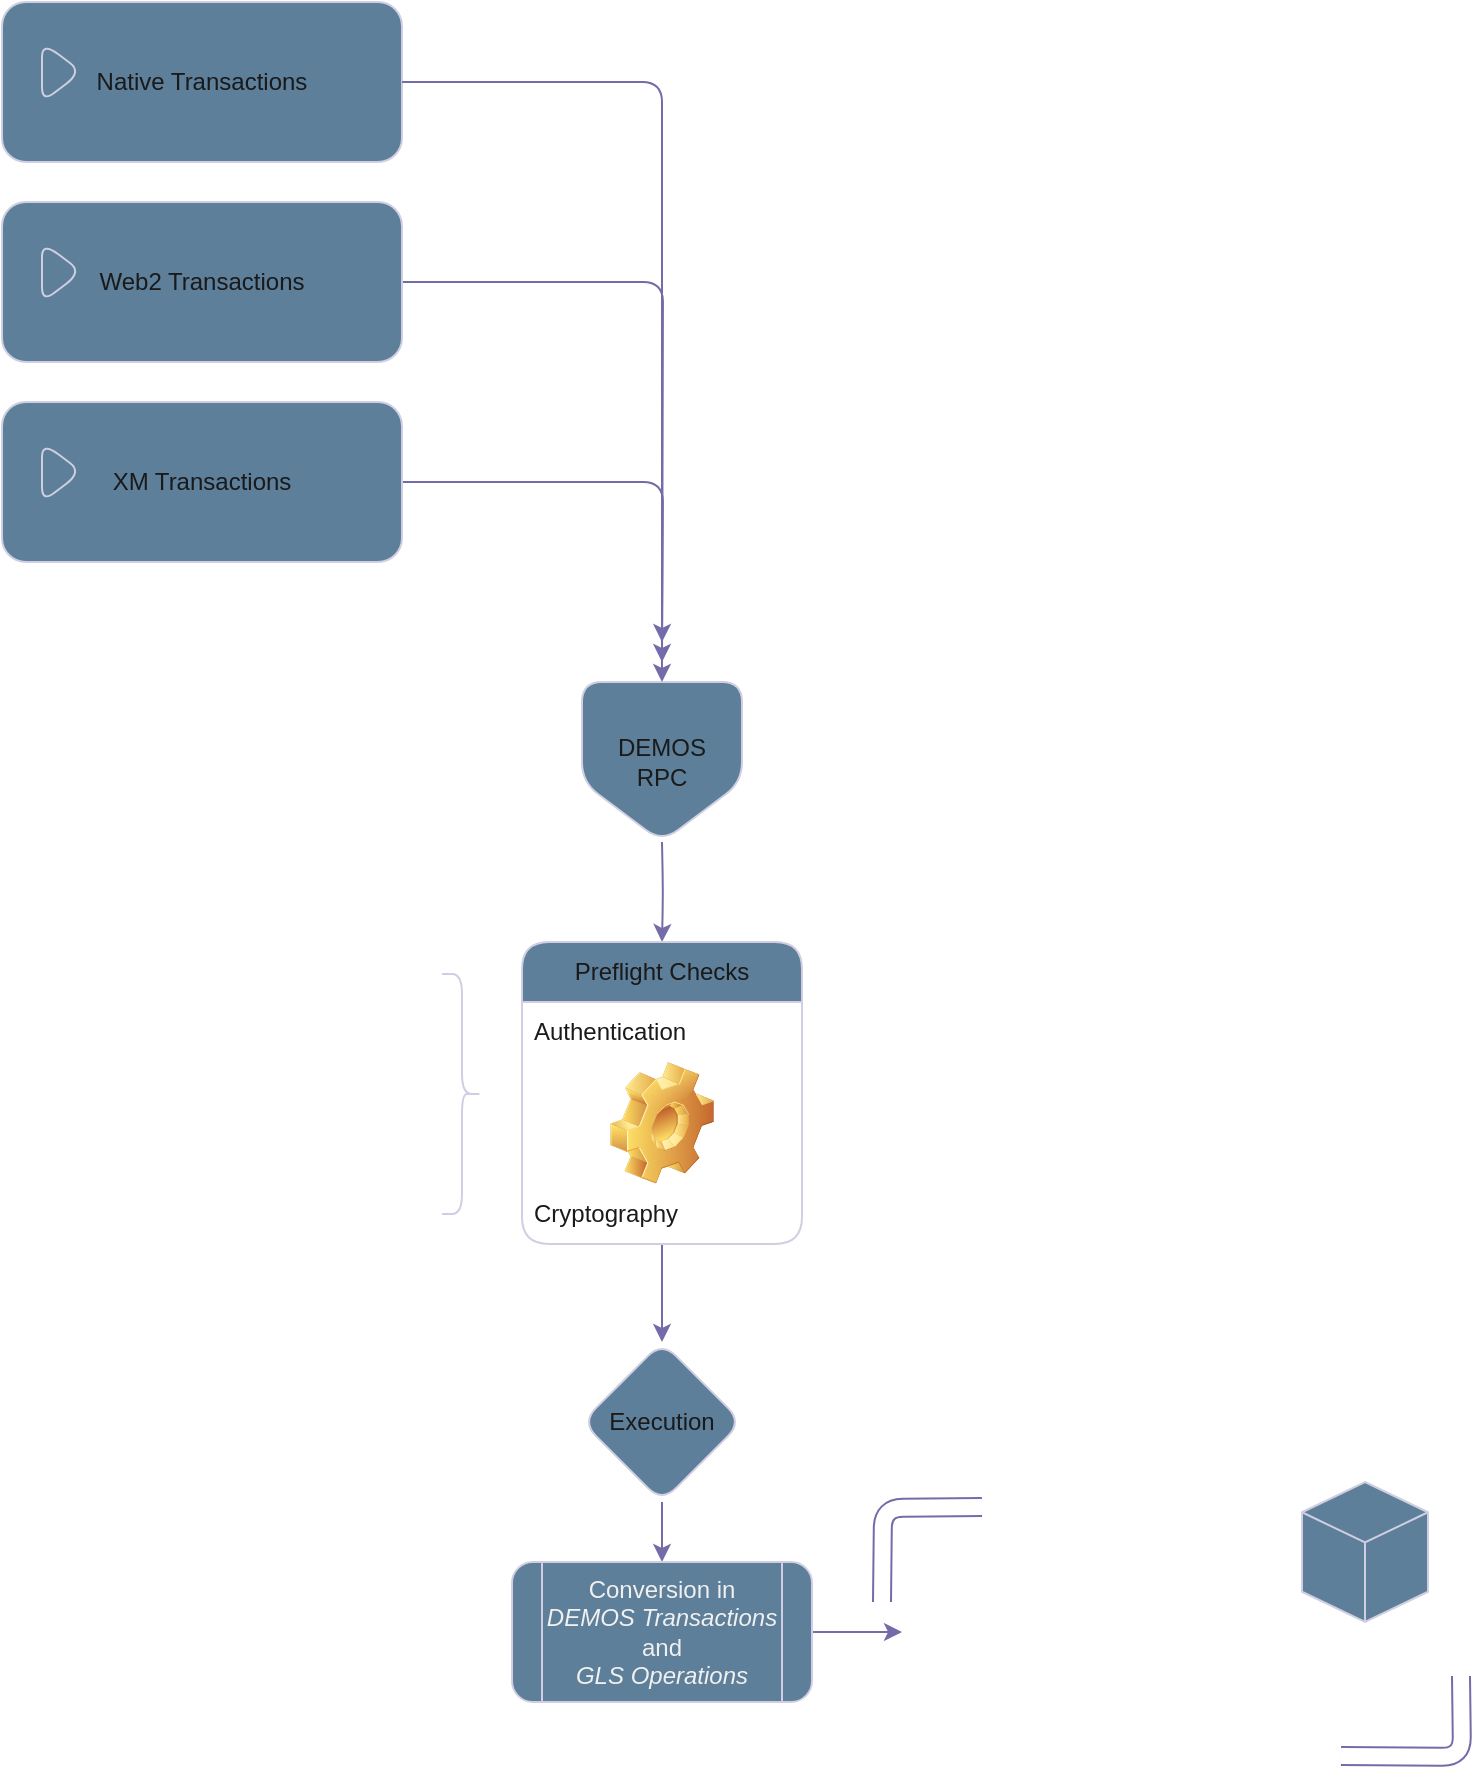
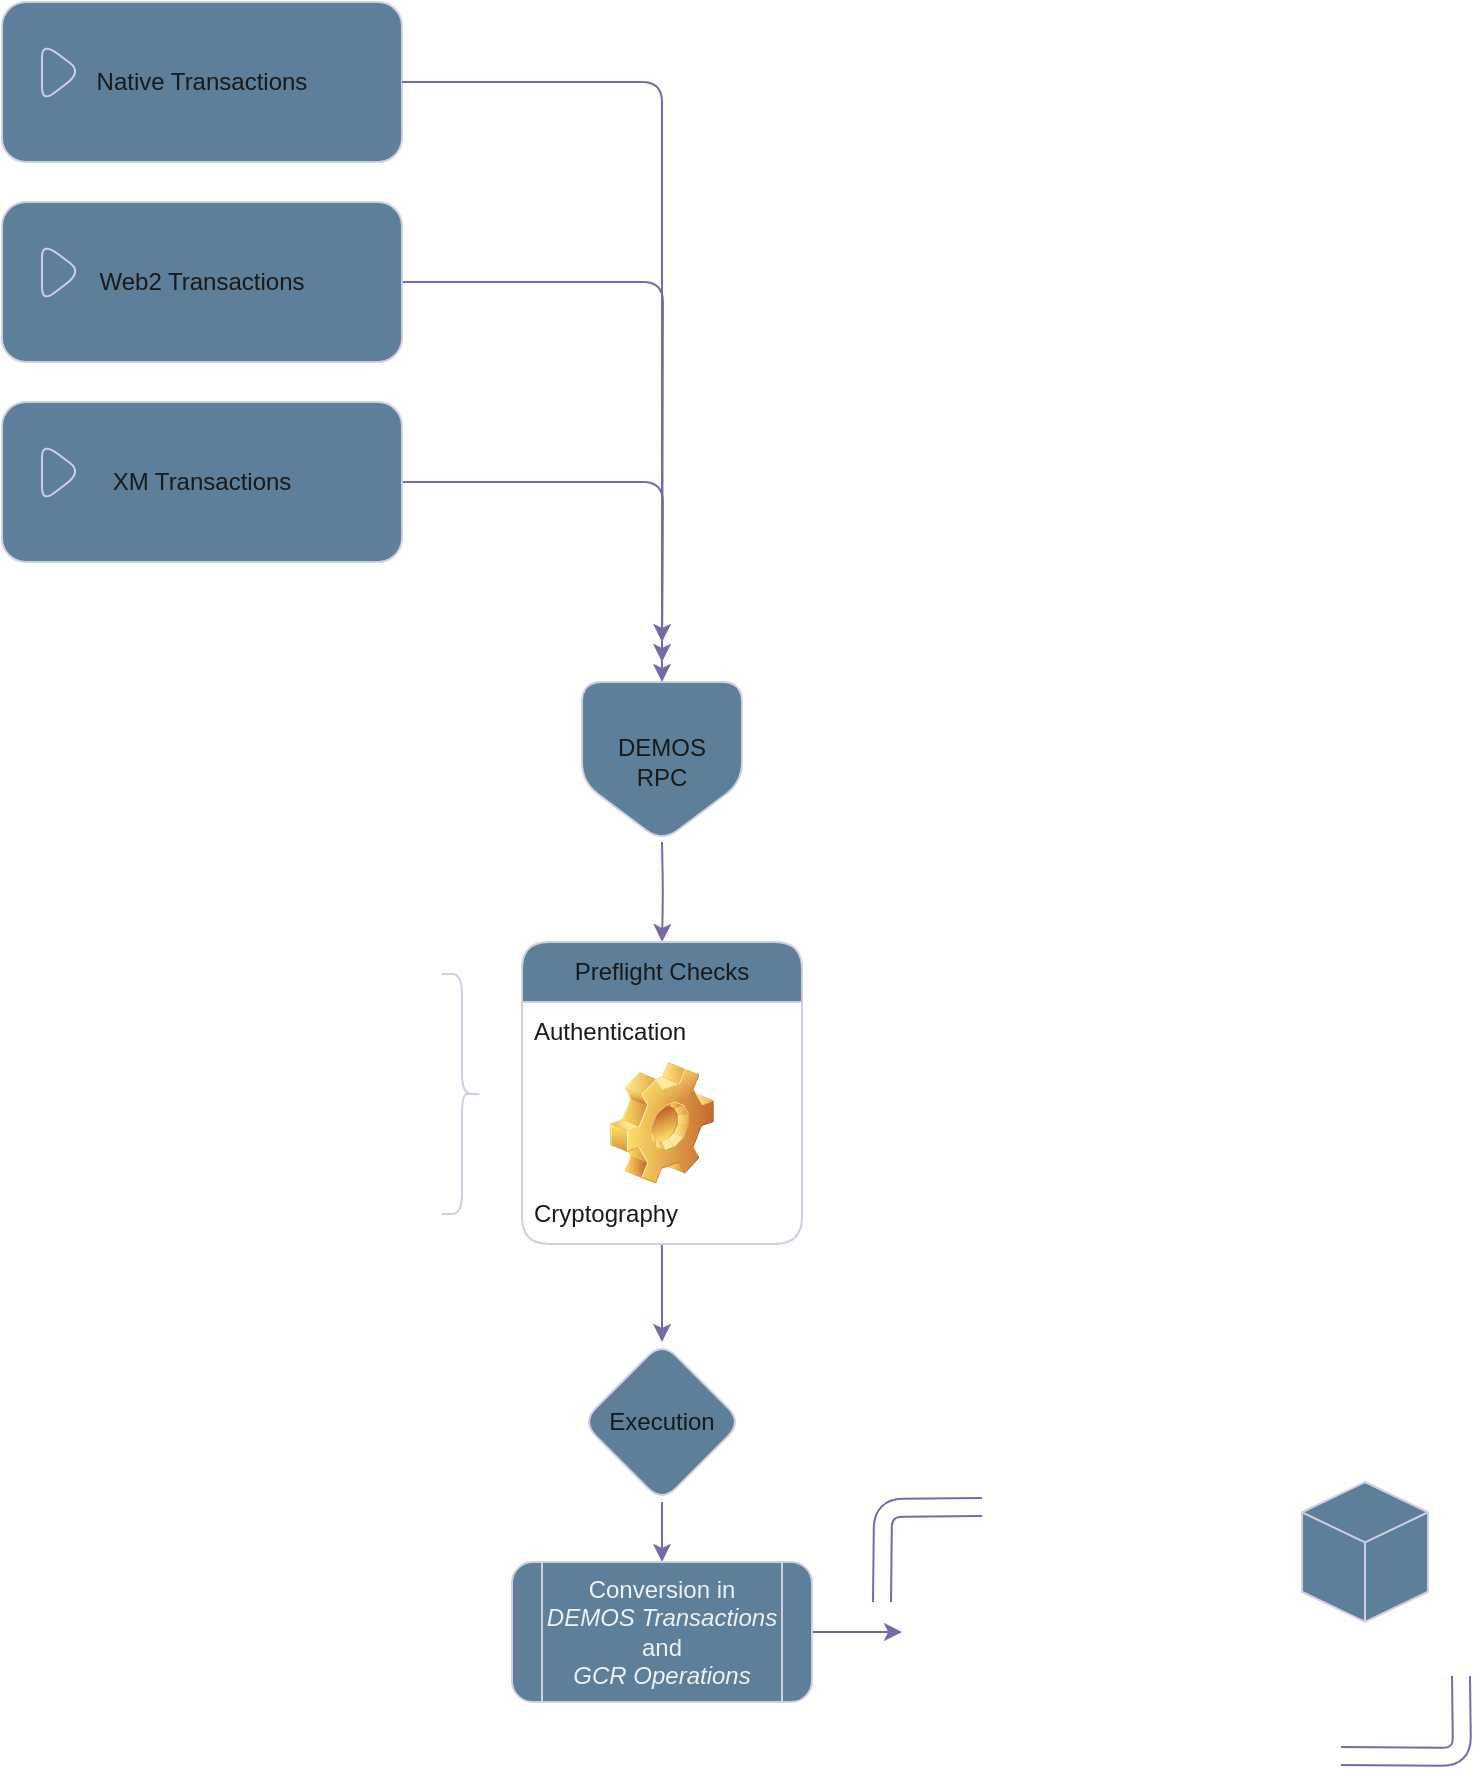
<mxfile host="Electron" modified="2023-10-12T13:10:02.095Z" agent="Mozilla/5.0 (Macintosh; Intel Mac OS X 10_15_7) AppleWebKit/537.36 (KHTML, like Gecko) draw.io/22.0.2 Chrome/114.0.5735.289 Electron/25.8.4 Safari/537.36" etag="IVZq0NKqjVos5rW4mqj5" version="22.0.2" type="device">
  <diagram name="Pagina-1" id="05tLwJ0zKxi9fyORrU2O">
    <mxGraphModel dx="1024" dy="821" grid="1" gridSize="10" guides="1" tooltips="1" connect="1" arrows="1" fold="1" page="1" pageScale="1" pageWidth="827" pageHeight="1169" math="0" shadow="0">
      <root>
        <mxCell id="0" />
        <mxCell id="1" parent="0" />
        <mxCell id="6HWLhcHbJOF-sDKCDhJw-9" style="edgeStyle=orthogonalEdgeStyle;rounded=1;orthogonalLoop=1;jettySize=auto;html=1;labelBackgroundColor=none;strokeColor=#736CA8;fontColor=default;" parent="1" target="6HWLhcHbJOF-sDKCDhJw-14" edge="1">
          <mxGeometry relative="1" as="geometry">
            <mxPoint x="410" y="500" as="targetPoint" />
            <mxPoint x="410" y="460" as="sourcePoint" />
          </mxGeometry>
        </mxCell>
        <mxCell id="6HWLhcHbJOF-sDKCDhJw-11" style="edgeStyle=orthogonalEdgeStyle;rounded=1;orthogonalLoop=1;jettySize=auto;html=1;entryX=0.5;entryY=0;entryDx=0;entryDy=0;labelBackgroundColor=none;strokeColor=#736CA8;fontColor=default;" parent="1" source="6HWLhcHbJOF-sDKCDhJw-14" target="6HWLhcHbJOF-sDKCDhJw-10" edge="1">
          <mxGeometry relative="1" as="geometry">
            <mxPoint x="410" y="640" as="sourcePoint" />
          </mxGeometry>
        </mxCell>
        <mxCell id="6HWLhcHbJOF-sDKCDhJw-19" style="edgeStyle=orthogonalEdgeStyle;rounded=1;orthogonalLoop=1;jettySize=auto;html=1;entryX=0.5;entryY=0;entryDx=0;entryDy=0;labelBackgroundColor=none;strokeColor=#736CA8;fontColor=default;" parent="1" source="6HWLhcHbJOF-sDKCDhJw-10" target="6HWLhcHbJOF-sDKCDhJw-18" edge="1">
          <mxGeometry relative="1" as="geometry" />
        </mxCell>
        <mxCell id="6HWLhcHbJOF-sDKCDhJw-10" value="Execution" style="rhombus;whiteSpace=wrap;html=1;rounded=1;labelBackgroundColor=none;fillColor=#5D7F99;strokeColor=#D0CEE2;fontColor=#1A1A1A;" parent="1" vertex="1">
          <mxGeometry x="370" y="710" width="80" height="80" as="geometry" />
        </mxCell>
        <mxCell id="6HWLhcHbJOF-sDKCDhJw-14" value="Preflight Checks" style="swimlane;fontStyle=0;childLayout=stackLayout;horizontal=1;startSize=30;horizontalStack=0;resizeParent=1;resizeParentMax=0;resizeLast=0;collapsible=1;marginBottom=0;whiteSpace=wrap;html=1;rounded=1;labelBackgroundColor=none;fillColor=#5D7F99;strokeColor=#D0CEE2;fontColor=#1A1A1A;" parent="1" vertex="1">
          <mxGeometry x="340" y="510" width="140" height="151" as="geometry" />
        </mxCell>
        <mxCell id="6HWLhcHbJOF-sDKCDhJw-17" value="Authentication" style="text;strokeColor=none;fillColor=none;align=left;verticalAlign=middle;spacingLeft=4;spacingRight=4;overflow=hidden;points=[[0,0.5],[1,0.5]];portConstraint=eastwest;rotatable=0;whiteSpace=wrap;html=1;rounded=1;labelBackgroundColor=none;fontColor=#1A1A1A;" parent="6HWLhcHbJOF-sDKCDhJw-14" vertex="1">
          <mxGeometry y="30" width="140" height="30" as="geometry" />
        </mxCell>
        <mxCell id="gvXnsFCxEH8p2mY46s7V-1" value="" style="shape=image;html=1;verticalLabelPosition=bottom;verticalAlign=top;imageAspect=1;aspect=fixed;image=img/clipart/Gear_128x128.png;strokeColor=#D0CEE2;fontColor=#1A1A1A;fillColor=#5D7F99;rounded=1;" vertex="1" parent="6HWLhcHbJOF-sDKCDhJw-14">
          <mxGeometry y="60" width="140" height="61" as="geometry" />
        </mxCell>
        <mxCell id="6HWLhcHbJOF-sDKCDhJw-15" value="Cryptography" style="text;strokeColor=none;fillColor=none;align=left;verticalAlign=middle;spacingLeft=4;spacingRight=4;overflow=hidden;points=[[0,0.5],[1,0.5]];portConstraint=eastwest;rotatable=0;whiteSpace=wrap;html=1;rounded=1;labelBackgroundColor=none;fontColor=#1A1A1A;" parent="6HWLhcHbJOF-sDKCDhJw-14" vertex="1">
          <mxGeometry y="121" width="140" height="30" as="geometry" />
        </mxCell>
        <mxCell id="gvXnsFCxEH8p2mY46s7V-7" style="edgeStyle=orthogonalEdgeStyle;rounded=1;orthogonalLoop=1;jettySize=auto;html=1;entryX=0;entryY=0.5;entryDx=0;entryDy=0;strokeColor=#736CA8;fontColor=#1A1A1A;" edge="1" parent="1" source="6HWLhcHbJOF-sDKCDhJw-18" target="gvXnsFCxEH8p2mY46s7V-3">
          <mxGeometry relative="1" as="geometry" />
        </mxCell>
-         <mxCell id="6HWLhcHbJOF-sDKCDhJw-18" value="&lt;span style=&quot;color: rgb(240, 240, 240); font-family: Helvetica; font-size: 12px; font-style: normal; font-variant-ligatures: normal; font-variant-caps: normal; font-weight: 400; letter-spacing: normal; orphans: 2; text-align: center; text-indent: 0px; text-transform: none; widows: 2; word-spacing: 0px; -webkit-text-stroke-width: 0px; text-decoration-thickness: initial; text-decoration-style: initial; text-decoration-color: initial; float: none; display: inline !important;&quot;&gt;Conversion in &lt;/span&gt;&lt;span style=&quot;color: rgb(240, 240, 240); font-family: Helvetica; font-size: 12px; font-variant-ligatures: normal; font-variant-caps: normal; font-weight: 400; letter-spacing: normal; orphans: 2; text-align: center; text-indent: 0px; text-transform: none; widows: 2; word-spacing: 0px; -webkit-text-stroke-width: 0px; text-decoration-thickness: initial; text-decoration-style: initial; text-decoration-color: initial; float: none; display: inline !important;&quot;&gt;&lt;i&gt;DEMOS Transactions &lt;/i&gt;&lt;br&gt;and&lt;br&gt;&lt;i&gt;GLS Operations&lt;/i&gt;&lt;/span&gt;" style="shape=process;whiteSpace=wrap;html=1;backgroundOutline=1;rounded=1;labelBackgroundColor=none;fillColor=#5D7F99;strokeColor=#D0CEE2;fontColor=#1A1A1A;" parent="1" vertex="1">
+         <mxCell id="6HWLhcHbJOF-sDKCDhJw-18" value="&lt;span style=&quot;color: rgb(240, 240, 240); font-family: Helvetica; font-size: 12px; font-style: normal; font-variant-ligatures: normal; font-variant-caps: normal; font-weight: 400; letter-spacing: normal; orphans: 2; text-align: center; text-indent: 0px; text-transform: none; widows: 2; word-spacing: 0px; -webkit-text-stroke-width: 0px; text-decoration-thickness: initial; text-decoration-style: initial; text-decoration-color: initial; float: none; display: inline !important;&quot;&gt;Conversion in &lt;/span&gt;&lt;span style=&quot;color: rgb(240, 240, 240); font-family: Helvetica; font-size: 12px; font-variant-ligatures: normal; font-variant-caps: normal; font-weight: 400; letter-spacing: normal; orphans: 2; text-align: center; text-indent: 0px; text-transform: none; widows: 2; word-spacing: 0px; -webkit-text-stroke-width: 0px; text-decoration-thickness: initial; text-decoration-style: initial; text-decoration-color: initial; float: none; display: inline !important;&quot;&gt;&lt;i&gt;DEMOS Transactions &lt;/i&gt;&lt;br&gt;and&lt;br&gt;&lt;i&gt;GCR Operations&lt;/i&gt;&lt;/span&gt;" style="shape=process;whiteSpace=wrap;html=1;backgroundOutline=1;rounded=1;labelBackgroundColor=none;fillColor=#5D7F99;strokeColor=#D0CEE2;fontColor=#1A1A1A;" parent="1" vertex="1">
          <mxGeometry x="335" y="820" width="150" height="70" as="geometry" />
        </mxCell>
-         <mxCell id="gvXnsFCxEH8p2mY46s7V-3" value="&lt;h1&gt;&lt;font color=&quot;#ffffff&quot;&gt;GLS &amp;amp; Mempool&lt;/font&gt;&lt;/h1&gt;&lt;p&gt;&lt;font color=&quot;#ffffff&quot;&gt;&lt;br style=&quot;text-align: center;&quot;&gt;Now that the operations are&amp;nbsp;&lt;span style=&quot;text-align: center;&quot;&gt;all encoded the same, we&amp;nbsp;&lt;/span&gt;&lt;span style=&quot;text-align: center;&quot;&gt;can use the very same method&amp;nbsp;&lt;/span&gt;&lt;span style=&quot;text-align: center;&quot;&gt;that we use for any DEMOS&amp;nbsp;&amp;nbsp;&lt;/span&gt;&lt;span style=&quot;text-align: center;&quot;&gt;transaction to record the&amp;nbsp;&lt;/span&gt;&lt;span style=&quot;text-align: center;&quot;&gt;operation on chain.&lt;/span&gt;&lt;/font&gt;&lt;br&gt;&lt;/p&gt;" style="text;html=1;fillColor=none;spacing=5;spacingTop=-20;whiteSpace=wrap;overflow=hidden;rounded=1;" vertex="1" parent="1">
+         <mxCell id="gvXnsFCxEH8p2mY46s7V-3" value="&lt;h1&gt;&lt;font color=&quot;#ffffff&quot;&gt;GCR &amp;amp; Mempool&lt;/font&gt;&lt;/h1&gt;&lt;p&gt;&lt;font color=&quot;#ffffff&quot;&gt;&lt;br style=&quot;text-align: center;&quot;&gt;Now that the operations are&amp;nbsp;&lt;span style=&quot;text-align: center;&quot;&gt;all encoded the same, we&amp;nbsp;&lt;/span&gt;&lt;span style=&quot;text-align: center;&quot;&gt;can use the very same method&amp;nbsp;&lt;/span&gt;&lt;span style=&quot;text-align: center;&quot;&gt;that we use for any DEMOS&amp;nbsp;&amp;nbsp;&lt;/span&gt;&lt;span style=&quot;text-align: center;&quot;&gt;transaction to record the&amp;nbsp;&lt;/span&gt;&lt;span style=&quot;text-align: center;&quot;&gt;operation on chain.&lt;/span&gt;&lt;/font&gt;&lt;br&gt;&lt;/p&gt;" style="text;html=1;fillColor=none;spacing=5;spacingTop=-20;whiteSpace=wrap;overflow=hidden;rounded=1;" vertex="1" parent="1">
          <mxGeometry x="530" y="792.5" width="280" height="125" as="geometry" />
        </mxCell>
        <mxCell id="gvXnsFCxEH8p2mY46s7V-4" value="" style="html=1;whiteSpace=wrap;shape=isoCube2;backgroundOutline=1;isoAngle=15;strokeColor=#D0CEE2;fontColor=#1A1A1A;fillColor=#5D7F99;rounded=1;" vertex="1" parent="1">
          <mxGeometry x="730" y="780" width="63" height="70" as="geometry" />
        </mxCell>
        <mxCell id="gvXnsFCxEH8p2mY46s7V-5" value="" style="shape=filledEdge;curved=0;rounded=1;fixDash=1;endArrow=none;strokeWidth=10;fillColor=#ffffff;edgeStyle=orthogonalEdgeStyle;html=1;strokeColor=#736CA8;fontColor=#1A1A1A;" edge="1" parent="1">
          <mxGeometry width="60" height="40" relative="1" as="geometry">
            <mxPoint x="749.5" y="917" as="sourcePoint" />
            <mxPoint x="809.5" y="877" as="targetPoint" />
          </mxGeometry>
        </mxCell>
        <mxCell id="gvXnsFCxEH8p2mY46s7V-6" value="" style="shape=filledEdge;curved=0;rounded=1;fixDash=1;endArrow=none;strokeWidth=10;fillColor=#ffffff;edgeStyle=orthogonalEdgeStyle;html=1;strokeColor=#736CA8;fontColor=#1A1A1A;" edge="1" parent="1">
          <mxGeometry width="60" height="40" relative="1" as="geometry">
            <mxPoint x="570" y="792.5" as="sourcePoint" />
            <mxPoint x="520" y="840" as="targetPoint" />
          </mxGeometry>
        </mxCell>
        <mxCell id="gvXnsFCxEH8p2mY46s7V-16" value="" style="group" vertex="1" connectable="0" parent="1">
          <mxGeometry x="80" y="40" width="200" height="280" as="geometry" />
        </mxCell>
        <mxCell id="gvXnsFCxEH8p2mY46s7V-8" value="Native Transactions" style="html=1;whiteSpace=wrap;container=1;recursiveResize=0;collapsible=0;strokeColor=#D0CEE2;fontColor=#1A1A1A;fillColor=#5D7F99;rounded=1;" vertex="1" parent="gvXnsFCxEH8p2mY46s7V-16">
          <mxGeometry width="200" height="80" as="geometry" />
        </mxCell>
        <mxCell id="gvXnsFCxEH8p2mY46s7V-9" value="" style="triangle;html=1;whiteSpace=wrap;strokeColor=#D0CEE2;fontColor=#1A1A1A;fillColor=#5D7F99;rounded=1;" vertex="1" parent="gvXnsFCxEH8p2mY46s7V-8">
          <mxGeometry x="20" y="20" width="20" height="30" as="geometry" />
        </mxCell>
        <mxCell id="gvXnsFCxEH8p2mY46s7V-20" style="edgeStyle=orthogonalEdgeStyle;rounded=1;orthogonalLoop=1;jettySize=auto;html=1;strokeColor=#736CA8;fontColor=#1A1A1A;" edge="1" parent="gvXnsFCxEH8p2mY46s7V-16" source="gvXnsFCxEH8p2mY46s7V-12">
          <mxGeometry relative="1" as="geometry">
            <mxPoint x="330" y="330" as="targetPoint" />
          </mxGeometry>
        </mxCell>
        <mxCell id="gvXnsFCxEH8p2mY46s7V-12" value="Web2 Transactions" style="html=1;whiteSpace=wrap;container=1;recursiveResize=0;collapsible=0;strokeColor=#D0CEE2;fontColor=#1A1A1A;fillColor=#5D7F99;rounded=1;" vertex="1" parent="gvXnsFCxEH8p2mY46s7V-16">
          <mxGeometry y="100" width="200" height="80" as="geometry" />
        </mxCell>
        <mxCell id="gvXnsFCxEH8p2mY46s7V-13" value="" style="triangle;html=1;whiteSpace=wrap;strokeColor=#D0CEE2;fontColor=#1A1A1A;fillColor=#5D7F99;rounded=1;" vertex="1" parent="gvXnsFCxEH8p2mY46s7V-12">
          <mxGeometry x="20" y="20" width="20" height="30" as="geometry" />
        </mxCell>
        <mxCell id="gvXnsFCxEH8p2mY46s7V-22" style="edgeStyle=orthogonalEdgeStyle;rounded=1;orthogonalLoop=1;jettySize=auto;html=1;strokeColor=#736CA8;fontColor=#1A1A1A;" edge="1" parent="gvXnsFCxEH8p2mY46s7V-16" source="gvXnsFCxEH8p2mY46s7V-14">
          <mxGeometry relative="1" as="geometry">
            <mxPoint x="330" y="320" as="targetPoint" />
          </mxGeometry>
        </mxCell>
        <mxCell id="gvXnsFCxEH8p2mY46s7V-14" value="XM Transactions" style="html=1;whiteSpace=wrap;container=1;recursiveResize=0;collapsible=0;strokeColor=#D0CEE2;fontColor=#1A1A1A;fillColor=#5D7F99;rounded=1;" vertex="1" parent="gvXnsFCxEH8p2mY46s7V-16">
          <mxGeometry y="200" width="200" height="80" as="geometry" />
        </mxCell>
        <mxCell id="gvXnsFCxEH8p2mY46s7V-15" value="" style="triangle;html=1;whiteSpace=wrap;strokeColor=#D0CEE2;fontColor=#1A1A1A;fillColor=#5D7F99;rounded=1;" vertex="1" parent="gvXnsFCxEH8p2mY46s7V-14">
          <mxGeometry x="20" y="20" width="20" height="30" as="geometry" />
        </mxCell>
        <mxCell id="gvXnsFCxEH8p2mY46s7V-17" value="DEMOS&lt;br&gt;RPC" style="shape=offPageConnector;whiteSpace=wrap;html=1;rounded=1;strokeColor=#D0CEE2;fontColor=#1A1A1A;fillColor=#5D7F99;size=0.375;" vertex="1" parent="1">
          <mxGeometry x="370" y="380" width="80" height="80" as="geometry" />
        </mxCell>
        <mxCell id="gvXnsFCxEH8p2mY46s7V-19" style="edgeStyle=orthogonalEdgeStyle;rounded=1;orthogonalLoop=1;jettySize=auto;html=1;entryX=0.5;entryY=0;entryDx=0;entryDy=0;strokeColor=#736CA8;fontColor=#1A1A1A;" edge="1" parent="1" source="gvXnsFCxEH8p2mY46s7V-8" target="gvXnsFCxEH8p2mY46s7V-17">
          <mxGeometry relative="1" as="geometry" />
        </mxCell>
        <mxCell id="gvXnsFCxEH8p2mY46s7V-24" value="&lt;h1&gt;&lt;font color=&quot;#ffffff&quot;&gt;&lt;span style=&quot;font-size: 12px; font-weight: 400;&quot;&gt;Authentication (if needed) and Cryptography (if needed) are checked and specific actions are executed based on the request&lt;/span&gt;&lt;/font&gt;&lt;/h1&gt;" style="text;html=1;strokeColor=none;fillColor=none;spacing=5;spacingTop=-20;whiteSpace=wrap;overflow=hidden;rounded=0;fontColor=#1A1A1A;" vertex="1" parent="1">
          <mxGeometry x="120" y="526" width="190" height="120" as="geometry" />
        </mxCell>
        <mxCell id="gvXnsFCxEH8p2mY46s7V-25" value="" style="shape=curlyBracket;whiteSpace=wrap;html=1;rounded=1;flipH=1;labelPosition=right;verticalLabelPosition=middle;align=left;verticalAlign=middle;strokeColor=#D0CEE2;fontColor=#1A1A1A;fillColor=#5D7F99;" vertex="1" parent="1">
          <mxGeometry x="300" y="526" width="20" height="120" as="geometry" />
        </mxCell>
      </root>
    </mxGraphModel>
  </diagram>
</mxfile>
